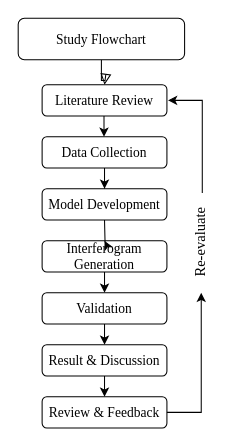
This is docs/Untitled Diagram.drawio from durerimon/anuga_core, a draw.io file, before an edit. Source tidied: cells renumbered, new cells numbered last; positions are measured from the earlier drawing's top-left corner, leaving out a move shared by most shapes. Both pictures are drawn from the tidied source at 104%, with x=0, y=0 at pixel (18, 18).
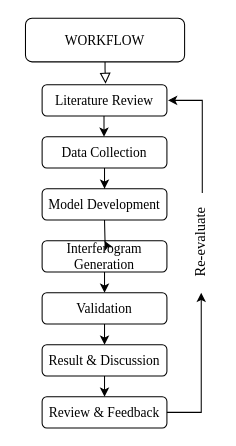
After the change.

Change to the diagram source:
```diff
@@
-    <mxCell id="2" style="rounded=0;html=1;jettySize=auto;fontSize=13;endArrow=block;endFill=0;endSize=8;strokeWidth=1;shadow=0;labelBackgroundColor=none;edgeStyle=orthogonalEdgeStyle;fontFamily=Times New Roman;" parent="1" edge="1" source="3">
+    <mxCell id="2" style="rounded=0;html=1;jettySize=auto;fontSize=13;endArrow=block;endFill=0;endSize=8;strokeWidth=1;shadow=0;labelBackgroundColor=none;edgeStyle=orthogonalEdgeStyle;fontFamily=Times New Roman;exitX=0.5;exitY=1;exitDx=0;exitDy=0;" parent="1" edge="1" source="3">
       <mxGeometry relative="1" as="geometry">
-        <mxPoint x="83" y="64" as="targetPoint" />
+        <mxPoint x="84" y="63" as="targetPoint" />
+        <Array as="points">
+          <mxPoint x="84" y="49" />
+          <mxPoint x="84" y="49" />
+        </Array>
       </mxGeometry>
     </mxCell>
-    <mxCell id="3" value="Study Flowchart" style="rounded=1;whiteSpace=wrap;html=1;fontSize=13;glass=0;strokeWidth=1;shadow=0;fontFamily=Times New Roman;" parent="1" vertex="1">
-      <mxGeometry width="160" height="40" as="geometry" />
+    <mxCell id="3" value="WORKFLOW" style="rounded=1;whiteSpace=wrap;html=1;fontSize=13;glass=0;strokeWidth=1;shadow=0;fontFamily=Times New Roman;" parent="1" vertex="1">
+      <mxGeometry x="7" width="153" height="42" as="geometry" />
     </mxCell>
```
